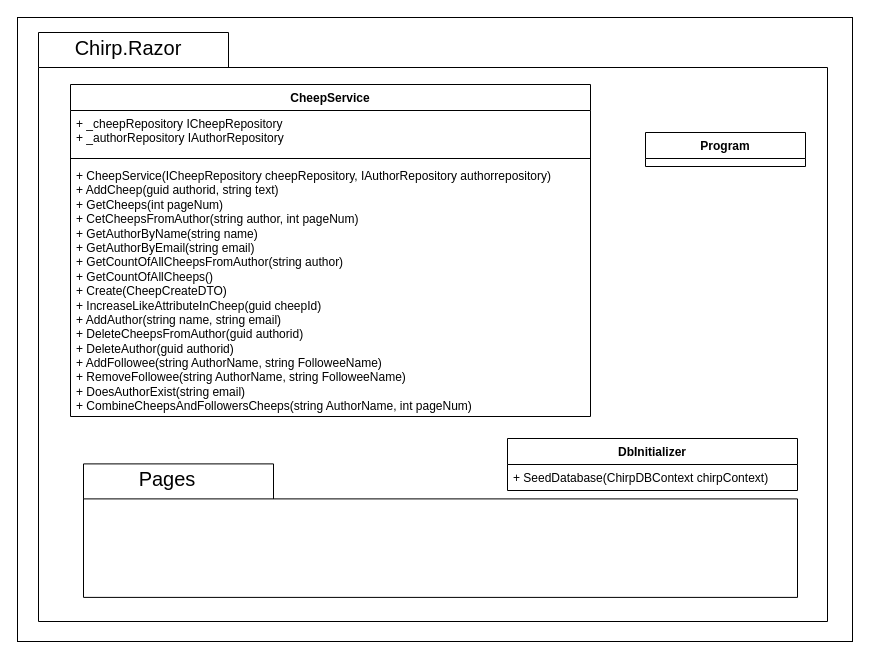
Before: Docs/Images/PackagesUMLClassDiagrams/PackageRazorUMLDiagrams.drawio in ITU-BDSA23-GROUP4/Chirp, a draw.io diagram. Source tidied: cells renumbered, new cells numbered last; positions are measured from the earlier drawing's top-left corner, leaving out a move shared by most shapes. Both pictures are drawn from the tidied source at 100%, with x=0, y=0 at pixel (17, 17).
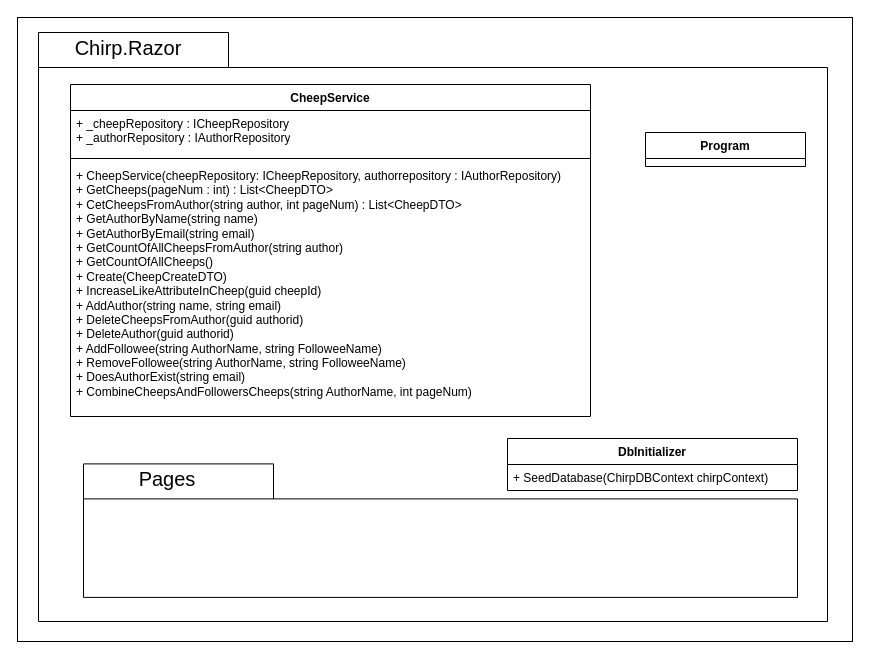
Above is the later version.

The edit, as a diff of the source:
```diff
@@
 <mxGraphModel background="#ffffff">
   <root>
     <mxCell id="0" />
     <mxCell id="1" parent="0" />
     <mxCell id="2" style="rounded=0;whiteSpace=wrap;html=1;fillColor=none;" parent="1" vertex="1">
       <mxGeometry width="835" height="624" as="geometry" />
     </mxCell>
     <mxCell id="3" style="shape=folder;fontStyle=1;spacingTop=10;tabWidth=190;tabHeight=35;tabPosition=left;html=1;strokeColor=#000000;fillColor=none;" parent="1" vertex="1">
       <mxGeometry x="21" y="15" width="789" height="589" as="geometry" />
     </mxCell>
     <mxCell id="4" style="shape=folder;fontStyle=1;spacingTop=10;tabWidth=190;tabHeight=35;tabPosition=left;html=1;strokeColor=#000000;fillColor=none;" parent="1" vertex="1">
       <mxGeometry x="66" y="446.4" width="714" height="133.5" as="geometry" />
     </mxCell>
     <mxCell id="5" value="&lt;font color=&quot;#000000&quot; style=&quot;font-size: 20px;&quot;&gt;Chirp.Razor&lt;/font&gt;" style="text;html=1;strokeColor=none;fillColor=none;align=center;verticalAlign=middle;whiteSpace=wrap;rounded=0;" parent="1" vertex="1">
       <mxGeometry x="81" y="15" width="60" height="30" as="geometry" />
     </mxCell>
     <mxCell id="6" value="&lt;font color=&quot;#000000&quot;&gt;DbInitializer&lt;/font&gt;" style="swimlane;fontStyle=1;align=center;verticalAlign=top;horizontal=1;startSize=26;whiteSpace=wrap;html=1;strokeColor=#000000;fillColor=none;" parent="1" vertex="1">
       <mxGeometry x="490" y="421" width="290" height="52" as="geometry" />
     </mxCell>
     <mxCell id="7" value="&lt;font color=&quot;#000000&quot;&gt;+ SeedDatabase(ChirpDBContext chirpContext)&lt;/font&gt;" style="text;strokeColor=none;fillColor=none;align=left;verticalAlign=top;spacingLeft=4;spacingRight=4;overflow=hidden;whiteSpace=wrap;html=1;" parent="6" vertex="1">
       <mxGeometry y="26" width="290" height="26" as="geometry" />
     </mxCell>
     <mxCell id="8" value="&lt;font color=&quot;#000000&quot; style=&quot;font-size: 20px;&quot;&gt;Pages&lt;/font&gt;" style="text;html=1;strokeColor=none;fillColor=none;align=center;verticalAlign=middle;whiteSpace=wrap;rounded=0;" parent="1" vertex="1">
       <mxGeometry x="120" y="446" width="60" height="30" as="geometry" />
     </mxCell>
     <mxCell id="9" value="&lt;font color=&quot;#000000&quot;&gt;CheepService&lt;/font&gt;" style="swimlane;fontStyle=1;align=center;verticalAlign=top;horizontal=1;startSize=26;whiteSpace=wrap;html=1;strokeColor=#000000;fillColor=none;" parent="1" vertex="1">
       <mxGeometry x="53" y="67" width="520" height="332" as="geometry" />
     </mxCell>
-    <mxCell id="10" value="&lt;font color=&quot;#000000&quot;&gt;+ _cheepRepository ICheepRepository&lt;br&gt;+ _authorRepository IAuthorRepository&lt;/font&gt;" style="text;strokeColor=none;fillColor=none;align=left;verticalAlign=top;spacingLeft=4;spacingRight=4;overflow=hidden;whiteSpace=wrap;html=1;" parent="9" vertex="1">
+    <mxCell id="10" value="&lt;font color=&quot;#000000&quot;&gt;+ _cheepRepository : ICheepRepository&lt;br&gt;+ _authorRepository : IAuthorRepository&lt;/font&gt;" style="text;strokeColor=none;fillColor=none;align=left;verticalAlign=top;spacingLeft=4;spacingRight=4;overflow=hidden;whiteSpace=wrap;html=1;" parent="9" vertex="1">
       <mxGeometry y="26" width="520" height="44" as="geometry" />
     </mxCell>
     <mxCell id="11" style="line;strokeWidth=1;fillColor=none;align=left;verticalAlign=middle;spacingTop=-1;spacingLeft=3;spacingRight=3;labelPosition=right;strokeColor=inherit;" parent="9" vertex="1">
       <mxGeometry y="70" width="520" height="8" as="geometry" />
     </mxCell>
-    <mxCell id="12" value="&lt;font color=&quot;#000000&quot;&gt;+ CheepService(ICheepRepository cheepRepository, IAuthorRepository authorrepository)&lt;br&gt;+ AddCheep(guid authorid, string text)&lt;br&gt;+ GetCheeps(int pageNum)&lt;br&gt;+ CetCheepsFromAuthor(string author, int pageNum)&lt;br&gt;+ GetAuthorByName(string name)&lt;br&gt;+ GetAuthorByEmail(string email)&lt;br&gt;+ GetCountOfAllCheepsFromAuthor(string author)&lt;br&gt;+ GetCountOfAllCheeps()&lt;br&gt;+ Create(CheepCreateDTO)&lt;br&gt;+ IncreaseLikeAttributeInCheep(guid cheepId)&lt;br&gt;+ AddAuthor(string name, string email)&lt;br&gt;+ DeleteCheepsFromAuthor(guid authorid)&lt;br&gt;+ DeleteAuthor(guid authorid)&lt;br&gt;+ AddFollowee(string AuthorName, string FolloweeName)&lt;br&gt;+ RemoveFollowee(string AuthorName, string FolloweeName)&lt;br&gt;+ DoesAuthorExist(string email)&lt;br&gt;+ CombineCheepsAndFollowersCheeps(string AuthorName, int pageNum)&lt;br&gt;&lt;/font&gt;" style="text;strokeColor=none;fillColor=none;align=left;verticalAlign=top;spacingLeft=4;spacingRight=4;overflow=hidden;whiteSpace=wrap;html=1;" parent="9" vertex="1">
+    <mxCell id="12" value="&lt;font color=&quot;#000000&quot;&gt;+ CheepService(&lt;/font&gt;&lt;span style=&quot;color: rgb(0, 0, 0);&quot;&gt;cheepRepository:&amp;nbsp;&lt;/span&gt;&lt;font color=&quot;#000000&quot;&gt;ICheepRepository, authorrepository :&amp;nbsp;&lt;/font&gt;&lt;span style=&quot;color: rgb(0, 0, 0);&quot;&gt;IAuthorRepository&lt;/span&gt;&lt;font color=&quot;#000000&quot;&gt;)&lt;br&gt;&lt;/font&gt;&lt;font color=&quot;#000000&quot;&gt;+ GetCheeps(pageNum :&amp;nbsp;&lt;/font&gt;&lt;span style=&quot;color: rgb(0, 0, 0);&quot;&gt;int&lt;/span&gt;&lt;font color=&quot;#000000&quot;&gt;) : List&amp;lt;CheepDTO&amp;gt;&lt;br&gt;+ CetCheepsFromAuthor(string author, int pageNum) : List&amp;lt;CheepDTO&amp;gt;&lt;br&gt;+ GetAuthorByName(string name)&lt;br&gt;+ GetAuthorByEmail(string email)&lt;br&gt;+ GetCountOfAllCheepsFromAuthor(string author)&lt;br&gt;+ GetCountOfAllCheeps()&lt;br&gt;+ Create(CheepCreateDTO)&lt;br&gt;+ IncreaseLikeAttributeInCheep(guid cheepId)&lt;br&gt;+ AddAuthor(string name, string email)&lt;br&gt;+ DeleteCheepsFromAuthor(guid authorid)&lt;br&gt;+ DeleteAuthor(guid authorid)&lt;br&gt;+ AddFollowee(string AuthorName, string FolloweeName)&lt;br&gt;+ RemoveFollowee(string AuthorName, string FolloweeName)&lt;br&gt;+ DoesAuthorExist(string email)&lt;br&gt;+ CombineCheepsAndFollowersCheeps(string AuthorName, int pageNum)&lt;br&gt;&lt;/font&gt;" style="text;strokeColor=none;fillColor=none;align=left;verticalAlign=top;spacingLeft=4;spacingRight=4;overflow=hidden;whiteSpace=wrap;html=1;" parent="9" vertex="1">
       <mxGeometry y="78" width="520" height="254" as="geometry" />
     </mxCell>
     <mxCell id="13" value="&lt;font color=&quot;#000000&quot;&gt;Program&lt;/font&gt;" style="swimlane;fontStyle=1;align=center;verticalAlign=top;horizontal=1;startSize=26;whiteSpace=wrap;html=1;strokeColor=#000000;fillColor=none;" parent="1" vertex="1">
       <mxGeometry x="628" y="115" width="160" height="34" as="geometry" />
     </mxCell>
   </root>
 </mxGraphModel>
```
